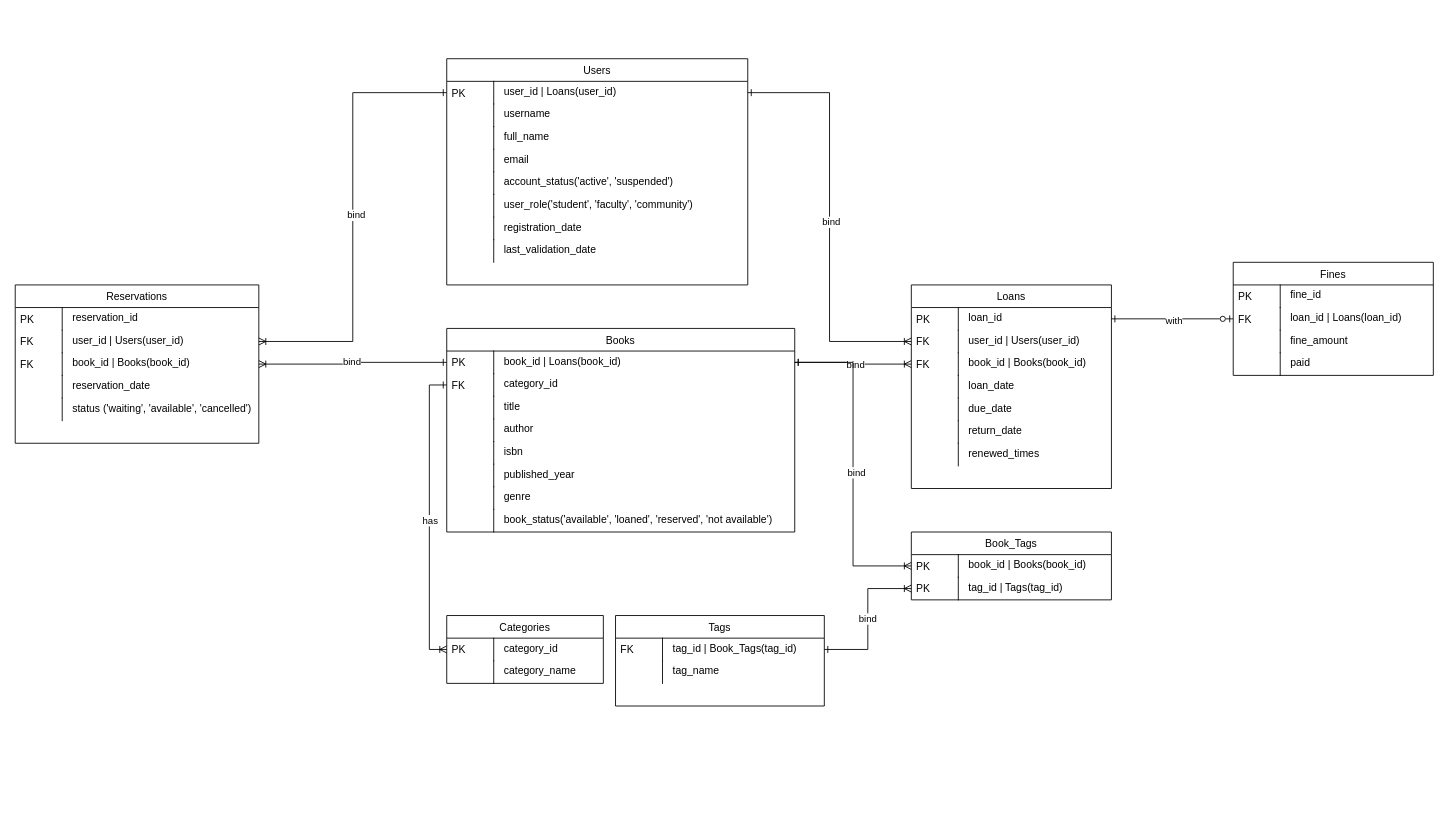
The draw.io diagram Untitled Diagram.drawio in dickwu/autologin, before the edit. Source tidied: cells renumbered, new cells numbered last; positions are measured from the earlier drawing's top-left corner, leaving out a move shared by most shapes. Both pictures are drawn from the tidied source at 87%, with x=0, y=0 at pixel (15, 58).
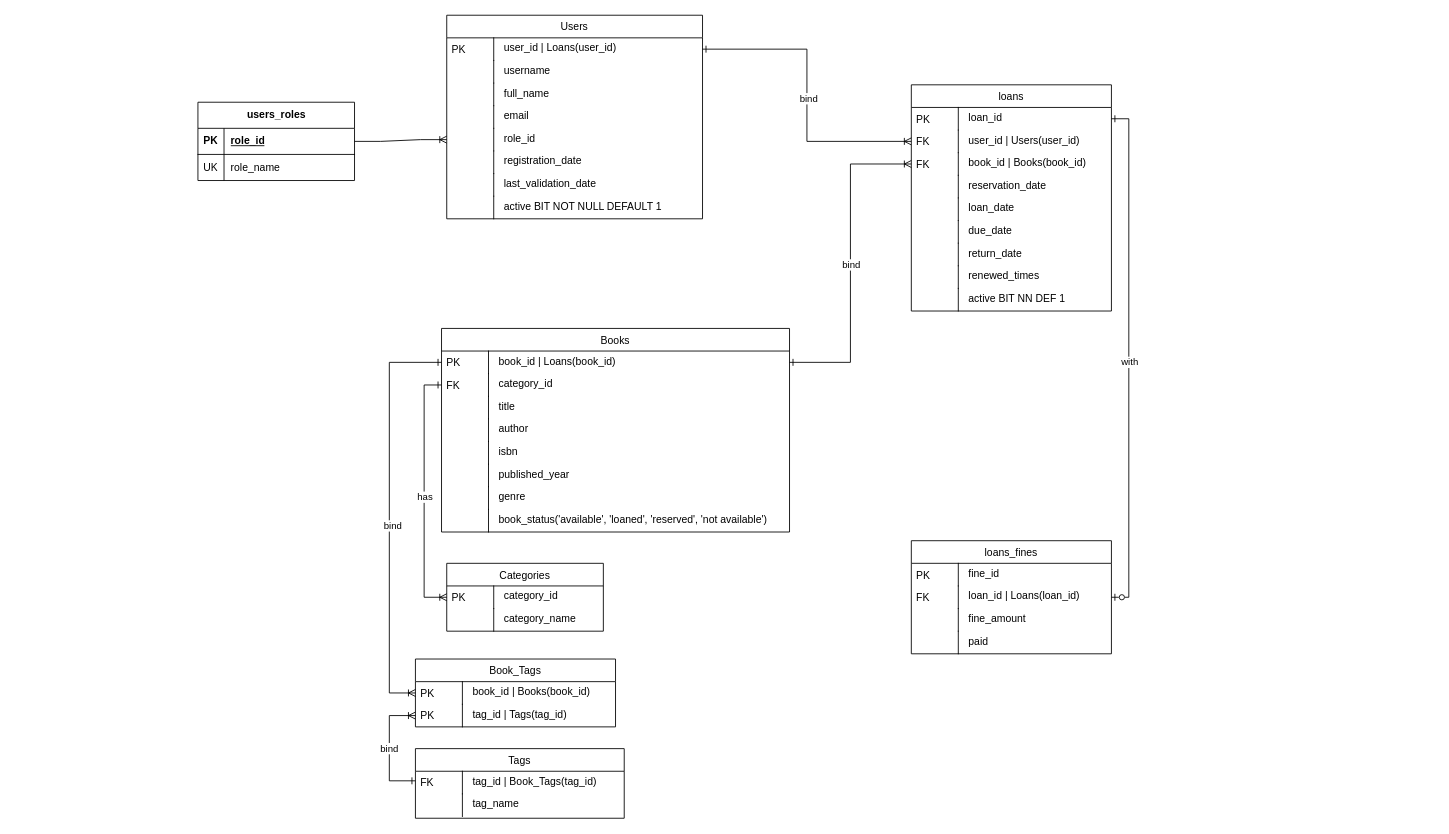
Above is the later version.

Unchanged cells that the change refers to:
```xml
<mxCell id="20" value="book_id | Loans(book_id)" style="shape=partialRectangle;top=0;left=0;right=0;bottom=0;align=left;verticalAlign=top;spacingTop=-2;fillColor=none;spacingLeft=64;spacingRight=4;overflow=hidden;points=[[0,0.5],[1,0.5]];portConstraint=eastwest;" parent="19" vertex="1">
  <mxGeometry y="26" width="400" height="26" as="geometry" />
</mxCell>
<mxCell id="22" value="category_id" style="shape=partialRectangle;top=0;left=0;right=0;bottom=0;align=left;verticalAlign=top;spacingTop=-2;fillColor=none;spacingLeft=64;spacingRight=4;overflow=hidden;points=[[0,0.5],[1,0.5]];portConstraint=eastwest;" parent="19" vertex="1">
  <mxGeometry y="52" width="400" height="26" as="geometry" />
</mxCell>
<mxCell id="37" value="loan_id" style="shape=partialRectangle;top=0;left=0;right=0;bottom=0;align=left;verticalAlign=top;spacingTop=-2;fillColor=none;spacingLeft=64;spacingRight=4;overflow=hidden;points=[[0,0.5],[1,0.5]];portConstraint=eastwest;" parent="36" vertex="1">
  <mxGeometry y="26" width="230" height="26" as="geometry" />
</mxCell>
<mxCell id="65" value="loan_id | Loans(loan_id)" style="shape=partialRectangle;top=0;left=0;right=0;bottom=0;align=left;verticalAlign=top;spacingTop=-2;fillColor=none;spacingLeft=64;spacingRight=4;overflow=hidden;points=[[0,0.5],[1,0.5]];portConstraint=eastwest;" parent="62" vertex="1">
  <mxGeometry y="52" width="230" height="26" as="geometry" />
</mxCell>
<mxCell id="80" value="category_id" style="shape=partialRectangle;top=0;left=0;right=0;bottom=0;align=left;verticalAlign=top;spacingTop=-2;fillColor=none;spacingLeft=64;spacingRight=4;overflow=hidden;points=[[0,0.5],[1,0.5]];portConstraint=eastwest;" parent="79" vertex="1">
  <mxGeometry y="26" width="180" height="26" as="geometry" />
</mxCell>
<mxCell id="87" value="tag_id | Book_Tags(tag_id)" style="shape=partialRectangle;top=0;left=0;right=0;bottom=0;align=left;verticalAlign=top;spacingTop=-2;fillColor=none;spacingLeft=64;spacingRight=4;overflow=hidden;points=[[0,0.5],[1,0.5]];portConstraint=eastwest;" parent="86" vertex="1">
  <mxGeometry y="26" width="240" height="26" as="geometry" />
</mxCell>
<mxCell id="92" value="book_id | Books(book_id)" style="shape=partialRectangle;top=0;left=0;right=0;bottom=0;align=left;verticalAlign=top;spacingTop=-2;fillColor=none;spacingLeft=64;spacingRight=4;overflow=hidden;points=[[0,0.5],[1,0.5]];portConstraint=eastwest;" parent="91" vertex="1">
  <mxGeometry y="26" width="230" height="26" as="geometry" />
</mxCell>
<mxCell id="94" value="tag_id | Tags(tag_id)" style="shape=partialRectangle;top=0;left=0;right=0;bottom=0;align=left;verticalAlign=top;spacingTop=-2;fillColor=none;spacingLeft=64;spacingRight=4;overflow=hidden;points=[[0,0.5],[1,0.5]];portConstraint=eastwest;" parent="91" vertex="1">
  <mxGeometry y="52" width="230" height="26" as="geometry" />
</mxCell>
```

Diff of the diagram source:
```diff
@@
     <mxCell id="2" value="Users" style="swimlane;fontStyle=0;horizontal=1;startSize=26;fillColor=default;swimlaneFillColor=default;align=center;" parent="1" vertex="1">
-      <mxGeometry x="496" width="346" height="260" as="geometry" />
+      <mxGeometry x="496" y="-50" width="294" height="234" as="geometry" />
     </mxCell>
     <mxCell id="3" value="user_id | Loans(user_id)" style="shape=partialRectangle;top=0;left=0;right=0;bottom=0;align=left;verticalAlign=top;spacingTop=-2;fillColor=none;spacingLeft=64;spacingRight=4;overflow=hidden;points=[[0,0.5],[1,0.5]];portConstraint=eastwest;" parent="2" vertex="1">
-      <mxGeometry y="26" width="346" height="26" as="geometry" />
+      <mxGeometry y="26" width="294" height="26" as="geometry" />
     </mxCell>
@@
     <mxCell id="5" value="username" style="shape=partialRectangle;top=0;left=0;right=0;bottom=0;align=left;verticalAlign=top;spacingTop=-2;fillColor=none;spacingLeft=64;spacingRight=4;overflow=hidden;" parent="2" vertex="1">
-      <mxGeometry y="52" width="346" height="26" as="geometry" />
+      <mxGeometry y="52" width="294" height="26" as="geometry" />
     </mxCell>
@@
     <mxCell id="7" value="full_name" style="shape=partialRectangle;top=0;left=0;right=0;bottom=0;align=left;verticalAlign=top;spacingTop=-2;fillColor=none;spacingLeft=64;spacingRight=4;overflow=hidden;" parent="2" vertex="1">
-      <mxGeometry y="78" width="346" height="26" as="geometry" />
+      <mxGeometry y="78" width="294" height="26" as="geometry" />
     </mxCell>
@@
     <mxCell id="9" value="email" style="shape=partialRectangle;top=0;left=0;right=0;bottom=0;align=left;verticalAlign=top;spacingTop=-2;fillColor=none;spacingLeft=64;spacingRight=4;overflow=hidden;" parent="2" vertex="1">
-      <mxGeometry y="104" width="346" height="26" as="geometry" />
+      <mxGeometry y="104" width="294" height="26" as="geometry" />
     </mxCell>
@@
-    <mxCell id="11" value="account_status('active', 'suspended')" style="shape=partialRectangle;top=0;left=0;right=0;bottom=0;align=left;verticalAlign=top;spacingTop=-2;fillColor=none;spacingLeft=64;spacingRight=4;overflow=hidden;" parent="2" vertex="1">
-      <mxGeometry y="130" width="346" height="26" as="geometry" />
-    </mxCell>
-    <mxCell id="12" style="shape=partialRectangle;top=0;left=0;bottom=0;fillColor=none;align=left;verticalAlign=middle;spacingLeft=4;spacingRight=4;overflow=hidden;" parent="11" vertex="1">
-      <mxGeometry width="54" height="26" as="geometry" />
-    </mxCell>
-    <mxCell id="13" value="user_role('student', 'faculty', 'community')" style="shape=partialRectangle;top=0;left=0;right=0;bottom=0;align=left;verticalAlign=top;spacingTop=-2;fillColor=none;spacingLeft=64;spacingRight=4;overflow=hidden;points=[[0,0.5],[1,0.5]];portConstraint=eastwest;" parent="2" vertex="1">
-      <mxGeometry y="156" width="346" height="26" as="geometry" />
+    <mxCell id="13" value="role_id" style="shape=partialRectangle;top=0;left=0;right=0;bottom=0;align=left;verticalAlign=top;spacingTop=-2;fillColor=none;spacingLeft=64;spacingRight=4;overflow=hidden;points=[[0,0.5],[1,0.5]];portConstraint=eastwest;" parent="2" vertex="1">
+      <mxGeometry y="130" width="294" height="26" as="geometry" />
     </mxCell>
@@
     <mxCell id="15" value="registration_date" style="shape=partialRectangle;top=0;left=0;right=0;bottom=0;align=left;verticalAlign=top;spacingTop=-2;fillColor=none;spacingLeft=64;spacingRight=4;overflow=hidden;" parent="2" vertex="1">
-      <mxGeometry y="182" width="346" height="26" as="geometry" />
+      <mxGeometry y="156" width="294" height="26" as="geometry" />
     </mxCell>
@@
     <mxCell id="17" value="last_validation_date" style="shape=partialRectangle;top=0;left=0;right=0;bottom=0;align=left;verticalAlign=top;spacingTop=-2;fillColor=none;spacingLeft=64;spacingRight=4;overflow=hidden;" parent="2" vertex="1">
-      <mxGeometry y="208" width="346" height="26" as="geometry" />
+      <mxGeometry y="182" width="294" height="26" as="geometry" />
     </mxCell>
@@
+    <mxCell id="102" value="active BIT NOT NULL DEFAULT 1" style="shape=partialRectangle;top=0;left=0;right=0;bottom=0;align=left;verticalAlign=top;spacingTop=-2;fillColor=none;spacingLeft=64;spacingRight=4;overflow=hidden;" parent="2" vertex="1">
+      <mxGeometry y="208" width="294" height="26" as="geometry" />
+    </mxCell>
+    <mxCell id="103" style="shape=partialRectangle;top=0;left=0;bottom=0;fillColor=none;align=left;verticalAlign=middle;spacingLeft=4;spacingRight=4;overflow=hidden;" parent="102" vertex="1">
+      <mxGeometry width="54" height="26" as="geometry" />
+    </mxCell>
     <mxCell id="19" value="Books" style="swimlane;fontStyle=0;horizontal=1;startSize=26;fillColor=default;swimlaneFillColor=default;align=center;" parent="1" vertex="1">
-      <mxGeometry x="496" y="310" width="400" height="234" as="geometry" />
+      <mxGeometry x="490" y="310" width="400" height="234" as="geometry" />
     </mxCell>
@@
-    <mxCell id="36" value="Loans" style="swimlane;fontStyle=0;horizontal=1;startSize=26;fillColor=default;swimlaneFillColor=default;align=center;" parent="1" vertex="1">
-      <mxGeometry x="1030" y="260" width="230" height="234" as="geometry" />
+    <mxCell id="36" value="loans" style="swimlane;fontStyle=0;horizontal=1;startSize=26;fillColor=default;swimlaneFillColor=default;align=center;" parent="1" vertex="1">
+      <mxGeometry x="1030" y="30" width="230" height="260" as="geometry" />
     </mxCell>
@@
+    <mxCell id="58" value="reservation_date" style="shape=partialRectangle;top=0;left=0;right=0;bottom=0;align=left;verticalAlign=top;spacingTop=-2;fillColor=none;spacingLeft=64;spacingRight=4;overflow=hidden;" parent="36" vertex="1">
+      <mxGeometry y="104" width="230" height="26" as="geometry" />
+    </mxCell>
+    <mxCell id="104" style="shape=partialRectangle;top=0;left=0;bottom=0;fillColor=none;align=left;verticalAlign=middle;spacingLeft=4;spacingRight=4;overflow=hidden;" parent="58" vertex="1">
+      <mxGeometry width="54" height="26" as="geometry" />
+    </mxCell>
     <mxCell id="43" value="loan_date" style="shape=partialRectangle;top=0;left=0;right=0;bottom=0;align=left;verticalAlign=top;spacingTop=-2;fillColor=none;spacingLeft=64;spacingRight=4;overflow=hidden;" parent="36" vertex="1">
-      <mxGeometry y="104" width="230" height="26" as="geometry" />
+      <mxGeometry y="130" width="230" height="26" as="geometry" />
     </mxCell>
@@
     <mxCell id="45" value="due_date" style="shape=partialRectangle;top=0;left=0;right=0;bottom=0;align=left;verticalAlign=top;spacingTop=-2;fillColor=none;spacingLeft=64;spacingRight=4;overflow=hidden;" parent="36" vertex="1">
-      <mxGeometry y="130" width="230" height="26" as="geometry" />
+      <mxGeometry y="156" width="230" height="26" as="geometry" />
     </mxCell>
@@
     <mxCell id="47" value="return_date" style="shape=partialRectangle;top=0;left=0;right=0;bottom=0;align=left;verticalAlign=top;spacingTop=-2;fillColor=none;spacingLeft=64;spacingRight=4;overflow=hidden;" parent="36" vertex="1">
-      <mxGeometry y="156" width="230" height="26" as="geometry" />
+      <mxGeometry y="182" width="230" height="26" as="geometry" />
     </mxCell>
@@
     <mxCell id="49" value="renewed_times" style="shape=partialRectangle;top=0;left=0;right=0;bottom=0;align=left;verticalAlign=top;spacingTop=-2;fillColor=none;spacingLeft=64;spacingRight=4;overflow=hidden;" parent="36" vertex="1">
-      <mxGeometry y="182" width="230" height="26" as="geometry" />
+      <mxGeometry y="208" width="230" height="26" as="geometry" />
     </mxCell>
@@
-    <mxCell id="51" value="Reservations" style="swimlane;fontStyle=0;horizontal=1;startSize=26;fillColor=default;swimlaneFillColor=default;align=center;" parent="1" vertex="1">
-      <mxGeometry y="260" width="280" height="182" as="geometry" />
-    </mxCell>
-    <mxCell id="52" value="reservation_id" style="shape=partialRectangle;top=0;left=0;right=0;bottom=0;align=left;verticalAlign=top;spacingTop=-2;fillColor=none;spacingLeft=64;spacingRight=4;overflow=hidden;" parent="51" vertex="1">
-      <mxGeometry y="26" width="280" height="26" as="geometry" />
-    </mxCell>
-    <mxCell id="53" value="PK" style="shape=partialRectangle;top=0;left=0;bottom=0;fillColor=none;align=left;verticalAlign=middle;spacingLeft=4;spacingRight=4;overflow=hidden;" parent="52" vertex="1">
-      <mxGeometry width="54" height="26" as="geometry" />
-    </mxCell>
-    <mxCell id="54" value="user_id | Users(user_id)" style="shape=partialRectangle;top=0;left=0;right=0;bottom=0;align=left;verticalAlign=top;spacingTop=-2;fillColor=none;spacingLeft=64;spacingRight=4;overflow=hidden;points=[[0,0.5],[1,0.5]];portConstraint=eastwest;" parent="51" vertex="1">
-      <mxGeometry y="52" width="280" height="26" as="geometry" />
-    </mxCell>
-    <mxCell id="55" value="FK" style="shape=partialRectangle;top=0;left=0;bottom=0;fillColor=none;align=left;verticalAlign=middle;spacingLeft=4;spacingRight=4;overflow=hidden;" parent="54" vertex="1">
-      <mxGeometry width="54" height="26" as="geometry" />
-    </mxCell>
-    <mxCell id="56" value="book_id | Books(book_id)" style="shape=partialRectangle;top=0;left=0;right=0;bottom=0;align=left;verticalAlign=top;spacingTop=-2;fillColor=none;spacingLeft=64;spacingRight=4;overflow=hidden;points=[[0,0.5],[1,0.5]];portConstraint=eastwest;" parent="51" vertex="1">
-      <mxGeometry y="78" width="280" height="26" as="geometry" />
-    </mxCell>
-    <mxCell id="57" value="FK" style="shape=partialRectangle;top=0;left=0;bottom=0;fillColor=none;align=left;verticalAlign=middle;spacingLeft=4;spacingRight=4;overflow=hidden;" parent="56" vertex="1">
-      <mxGeometry width="54" height="26" as="geometry" />
-    </mxCell>
-    <mxCell id="58" value="reservation_date" style="shape=partialRectangle;top=0;left=0;right=0;bottom=0;align=left;verticalAlign=top;spacingTop=-2;fillColor=none;spacingLeft=64;spacingRight=4;overflow=hidden;" parent="51" vertex="1">
-      <mxGeometry y="104" width="280" height="26" as="geometry" />
-    </mxCell>
-    <mxCell id="59" style="shape=partialRectangle;top=0;left=0;bottom=0;fillColor=none;align=left;verticalAlign=middle;spacingLeft=4;spacingRight=4;overflow=hidden;" parent="58" vertex="1">
-      <mxGeometry width="54" height="26" as="geometry" />
-    </mxCell>
-    <mxCell id="60" value="status ('waiting', 'available', 'cancelled')" style="shape=partialRectangle;top=0;left=0;right=0;bottom=0;align=left;verticalAlign=top;spacingTop=-2;fillColor=none;spacingLeft=64;spacingRight=4;overflow=hidden;" parent="51" vertex="1">
-      <mxGeometry y="130" width="280" height="26" as="geometry" />
-    </mxCell>
-    <mxCell id="61" style="shape=partialRectangle;top=0;left=0;bottom=0;fillColor=none;align=left;verticalAlign=middle;spacingLeft=4;spacingRight=4;overflow=hidden;" parent="60" vertex="1">
-      <mxGeometry width="54" height="26" as="geometry" />
-    </mxCell>
+    <mxCell id="105" value="active BIT NN DEF 1" style="shape=partialRectangle;top=0;left=0;right=0;bottom=0;align=left;verticalAlign=top;spacingTop=-2;fillColor=none;spacingLeft=64;spacingRight=4;overflow=hidden;" parent="36" vertex="1">
+      <mxGeometry y="234" width="230" height="26" as="geometry" />
+    </mxCell>
+    <mxCell id="106" style="shape=partialRectangle;top=0;left=0;bottom=0;fillColor=none;align=left;verticalAlign=middle;spacingLeft=4;spacingRight=4;overflow=hidden;" parent="105" vertex="1">
+      <mxGeometry width="54" height="26" as="geometry" />
+    </mxCell>
-    <mxCell id="62" value="Fines" style="swimlane;fontStyle=0;horizontal=1;startSize=26;fillColor=default;swimlaneFillColor=default;align=center;" parent="1" vertex="1">
-      <mxGeometry x="1400" y="234" width="230" height="130" as="geometry" />
+    <mxCell id="62" value="loans_fines" style="swimlane;fontStyle=0;horizontal=1;startSize=26;fillColor=default;swimlaneFillColor=default;align=center;" parent="1" vertex="1">
+      <mxGeometry x="1030" y="554" width="230" height="130" as="geometry" />
     </mxCell>
@@
-    <mxCell id="71" style="edgeStyle=orthogonalEdgeStyle;rounded=0;jettySize=auto;html=1;exitX=1;exitY=0.5;exitDx=0;exitDy=0;endArrow=ERone;endFill=0;startArrow=ERoneToMany;startFill=0;" parent="1" edge="1" source="54" target="3">
-      <mxGeometry relative="1" as="geometry" />
-    </mxCell>
-    <mxCell id="72" value="bind" style="edgeLabel;html=1;align=center;verticalAlign=middle;" parent="71" vertex="1">
-      <mxGeometry x="0.01" y="-3" relative="1" as="geometry" />
-    </mxCell>
-    <mxCell id="73" style="edgeStyle=orthogonalEdgeStyle;rounded=0;jettySize=auto;html=1;exitX=1;exitY=0.5;exitDx=0;exitDy=0;entryX=0;entryY=0.5;entryDx=0;entryDy=0;endArrow=ERone;endFill=0;startArrow=ERoneToMany;startFill=0;" parent="1" edge="1" source="56" target="20">
-      <mxGeometry relative="1" as="geometry" />
-    </mxCell>
-    <mxCell id="74" value="bind" style="edgeLabel;html=1;align=center;verticalAlign=middle;" parent="73" vertex="1">
-      <mxGeometry x="-0.03" y="4" relative="1" as="geometry">
-        <mxPoint y="1" as="offset" />
-      </mxGeometry>
-    </mxCell>
@@
     <mxCell id="79" value="Categories" style="swimlane;fontStyle=0;horizontal=1;startSize=26;fillColor=default;swimlaneFillColor=default;align=center;" parent="1" vertex="1">
-      <mxGeometry x="496" y="640" width="180" height="78" as="geometry" />
+      <mxGeometry x="496" y="580" width="180" height="78" as="geometry" />
     </mxCell>
@@
-    <mxCell id="84" style="edgeStyle=orthogonalEdgeStyle;rounded=0;jettySize=auto;html=1;exitX=0;exitY=0.5;exitDx=0;exitDy=0;entryX=0;entryY=0.5;entryDx=0;entryDy=0;startArrow=ERone;startFill=0;endArrow=ERoneToMany;endFill=0;" parent="1" edge="1" source="22" target="79">
-      <mxGeometry relative="1" as="geometry" />
+    <mxCell id="84" style="edgeStyle=orthogonalEdgeStyle;rounded=0;jettySize=auto;html=1;startArrow=ERone;startFill=0;endArrow=ERoneToMany;endFill=0;" parent="1" edge="1" source="22" target="80">
+      <mxGeometry relative="1" as="geometry">
+        <Array as="points">
+          <mxPoint x="470" y="375" />
+          <mxPoint x="470" y="619" />
+        </Array>
+      </mxGeometry>
     </mxCell>
@@
     <mxCell id="86" value="Tags" style="swimlane;fontStyle=0;horizontal=1;startSize=26;fillColor=default;swimlaneFillColor=default;align=center;" parent="1" vertex="1">
-      <mxGeometry x="690" y="640" width="240" height="104" as="geometry" />
+      <mxGeometry x="460" y="793" width="240" height="80" as="geometry" />
     </mxCell>
@@
     <mxCell id="91" value="Book_Tags" style="swimlane;fontStyle=0;horizontal=1;startSize=26;fillColor=default;swimlaneFillColor=default;align=center;" parent="1" vertex="1">
-      <mxGeometry x="1030" y="544" width="230" height="78" as="geometry" />
+      <mxGeometry x="460" y="690" width="230" height="78" as="geometry" />
     </mxCell>
@@
-    <mxCell id="96" style="rounded=0;jettySize=auto;html=1;exitX=1;exitY=0.5;exitDx=0;exitDy=0;entryX=0;entryY=0.5;entryDx=0;entryDy=0;endArrow=ERoneToMany;endFill=0;startArrow=ERone;startFill=0;edgeStyle=orthogonalEdgeStyle;" parent="1" edge="1" source="87" target="94">
-      <mxGeometry relative="1" as="geometry" />
+    <mxCell id="96" style="rounded=0;jettySize=auto;html=1;endArrow=ERoneToMany;endFill=0;startArrow=ERone;startFill=0;edgeStyle=orthogonalEdgeStyle;" parent="1" edge="1" source="87" target="94">
+      <mxGeometry relative="1" as="geometry">
+        <Array as="points">
+          <mxPoint x="430" y="830" />
+          <mxPoint x="430" y="755" />
+        </Array>
+      </mxGeometry>
     </mxCell>
@@
-    <mxCell id="98" style="edgeStyle=orthogonalEdgeStyle;rounded=0;jettySize=auto;html=1;exitX=0;exitY=0.5;exitDx=0;exitDy=0;entryX=1;entryY=0.5;entryDx=0;entryDy=0;endArrow=ERone;endFill=0;startArrow=ERoneToMany;startFill=0;" parent="1" edge="1" source="92" target="20">
-      <mxGeometry relative="1" as="geometry" />
+    <mxCell id="98" style="edgeStyle=orthogonalEdgeStyle;rounded=0;jettySize=auto;html=1;exitX=0;exitY=0.5;exitDx=0;exitDy=0;endArrow=ERone;endFill=0;startArrow=ERoneToMany;startFill=0;" parent="1" edge="1" source="92" target="20">
+      <mxGeometry relative="1" as="geometry">
+        <Array as="points">
+          <mxPoint x="430" y="729" />
+          <mxPoint x="430" y="349" />
+        </Array>
+      </mxGeometry>
     </mxCell>
@@
-    <mxCell id="100" style="rounded=0;jettySize=auto;html=1;entryX=0;entryY=0.5;entryDx=0;entryDy=0;endArrow=ERzeroToOne;endFill=0;startArrow=ERone;startFill=0;" parent="1" edge="1" source="37" target="62">
+    <mxCell id="100" style="rounded=0;jettySize=auto;html=1;endArrow=ERzeroToOne;endFill=0;startArrow=ERone;startFill=0;edgeStyle=orthogonalEdgeStyle;exitX=1;exitY=0.5;exitDx=0;exitDy=0;" parent="1" edge="1" source="37" target="65">
       <mxGeometry relative="1" as="geometry" />
     </mxCell>
@@
+    <mxCell id="107" value="users_roles" style="shape=table;startSize=30;childLayout=tableLayout;rowLines=0;fontStyle=1;align=center;html=1;" parent="1" vertex="1">
+      <mxGeometry x="210" y="50" width="180" height="90" as="geometry" />
+    </mxCell>
+    <mxCell id="108" style="shape=tableRow;horizontal=0;startSize=0;swimlaneHead=0;swimlaneBody=0;fillColor=none;points=[[0,0.5],[1,0.5]];portConstraint=eastwest;top=0;left=0;right=0;bottom=1;" parent="107" vertex="1">
+      <mxGeometry y="30" width="180" height="30" as="geometry" />
+    </mxCell>
+    <mxCell id="53" value="PK" style="shape=partialRectangle;fillColor=none;top=0;left=0;bottom=0;right=0;fontStyle=1;overflow=hidden;whiteSpace=wrap;html=1;" parent="108" vertex="1">
+      <mxGeometry width="30" height="30" as="geometry" />
+    </mxCell>
+    <mxCell id="109" value="role_id" style="shape=partialRectangle;fillColor=none;top=0;left=0;bottom=0;right=0;align=left;spacingLeft=6;fontStyle=5;overflow=hidden;whiteSpace=wrap;html=1;" parent="108" vertex="1">
+      <mxGeometry x="30" width="150" height="30" as="geometry" />
+    </mxCell>
+    <mxCell id="110" style="shape=tableRow;horizontal=0;startSize=0;swimlaneHead=0;swimlaneBody=0;fillColor=none;top=0;left=0;right=0;bottom=0;" parent="107" vertex="1">
+      <mxGeometry y="60" width="180" height="30" as="geometry" />
+    </mxCell>
+    <mxCell id="111" value="UK" style="shape=partialRectangle;fillColor=none;top=0;left=0;bottom=0;right=0;overflow=hidden;whiteSpace=wrap;html=1;" parent="110" vertex="1">
+      <mxGeometry width="30" height="30" as="geometry" />
+    </mxCell>
+    <mxCell id="112" value="role_name" style="shape=partialRectangle;fillColor=none;top=0;left=0;bottom=0;right=0;align=left;spacingLeft=6;overflow=hidden;whiteSpace=wrap;html=1;" parent="110" vertex="1">
+      <mxGeometry x="30" width="150" height="30" as="geometry" />
+    </mxCell>
+    <mxCell id="113" style="edgeStyle=entityRelationEdgeStyle;fontSize=12;html=1;endArrow=ERoneToMany;rounded=0;" parent="1" edge="1" source="108" target="13">
+      <mxGeometry relative="1" as="geometry" />
+    </mxCell>
```
